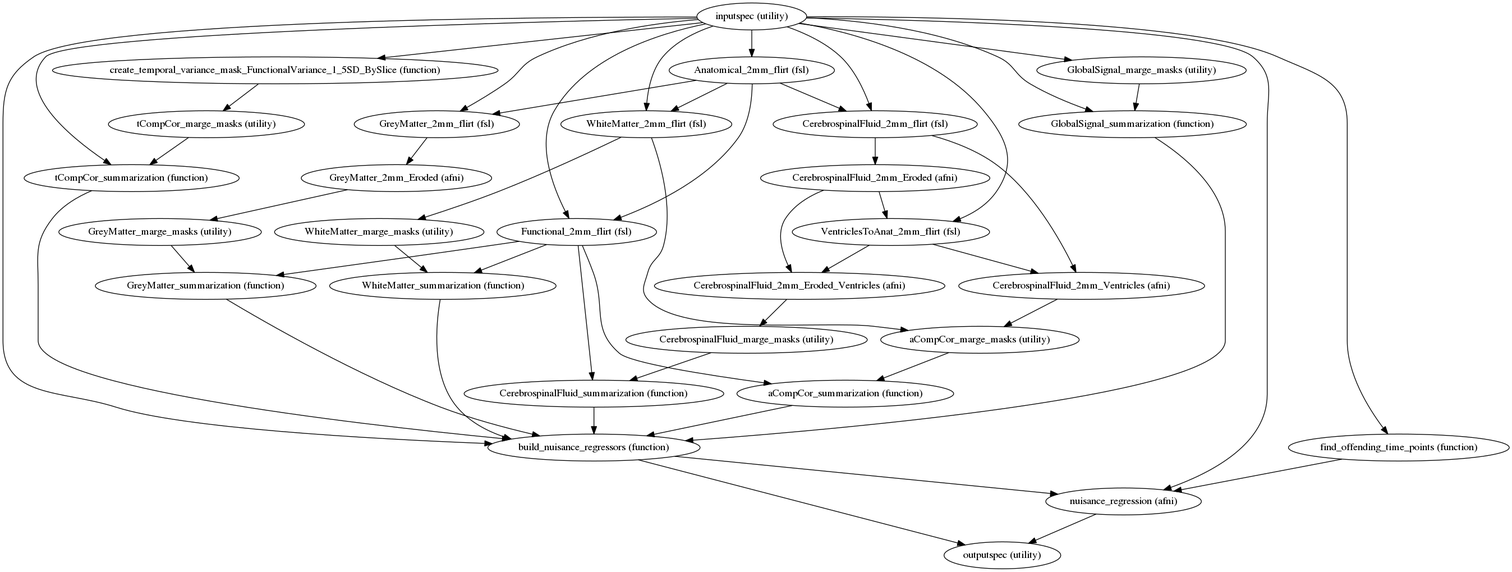
This is docs/developer/workflows/images/nuisance.png from FCP-INDI/fcp-indi.github.io, a Graphviz export, as it was before one commit. Its source is kept beside it as docs/developer/workflows/images/nuisance.dot.
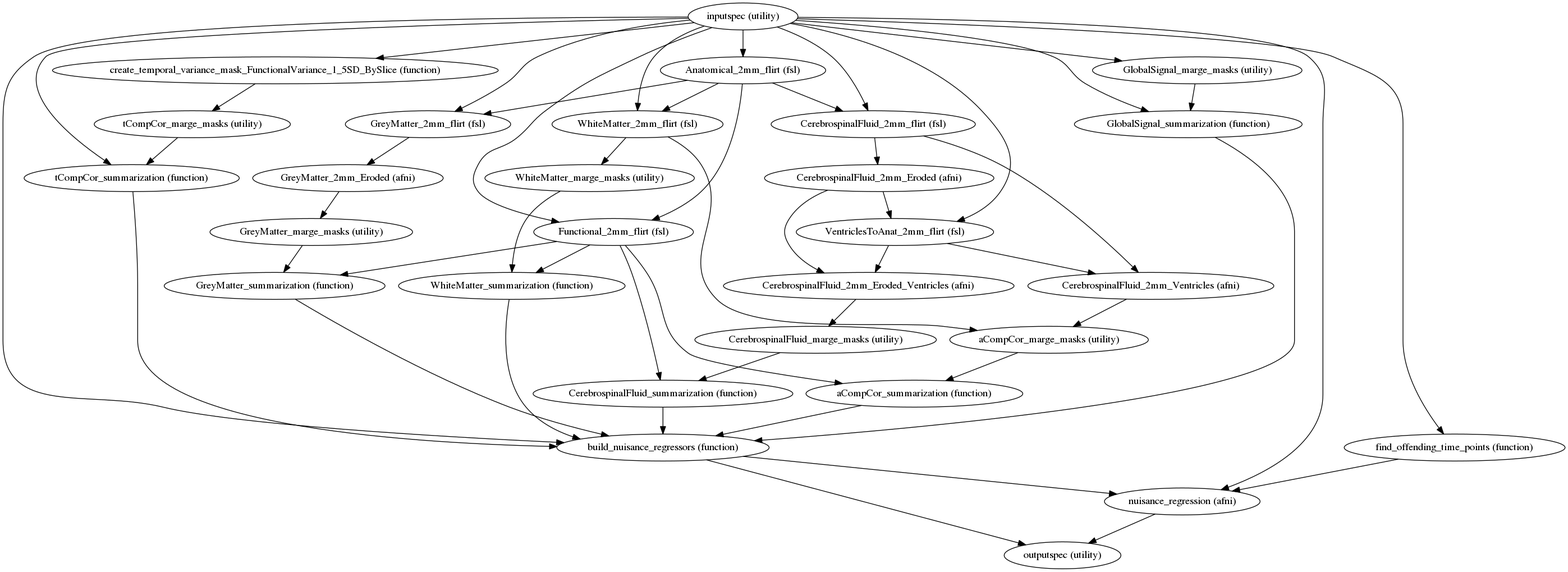
After the change.

Change to the diagram source:
```diff
@@ -1,10 +1,10 @@
 strict digraph "" {
-"aCompCor_summarization (function)";
 "tCompCor_summarization (function)";
 "CerebrospinalFluid_2mm_Eroded (afni)";
 "Anatomical_2mm_flirt (fsl)";
 "inputspec (utility)";
 "CerebrospinalFluid_2mm_Eroded_Ventricles (afni)";
+"aCompCor_summarization (function)";
 "build_nuisance_regressors (function)";
 "GreyMatter_2mm_flirt (fsl)";
 "GreyMatter_2mm_Eroded (afni)";
@@ -27,7 +27,6 @@
 "Functional_2mm_flirt (fsl)";
 "CerebrospinalFluid_marge_masks (utility)";
 "GreyMatter_summarization (function)";
-"aCompCor_summarization (function)" -> "build_nuisance_regressors (function)";
 "tCompCor_summarization (function)" -> "build_nuisance_regressors (function)";
 "CerebrospinalFluid_2mm_Eroded (afni)" -> "CerebrospinalFluid_2mm_Eroded_Ventricles (afni)";
 "CerebrospinalFluid_2mm_Eroded (afni)" -> "VentriclesToAnat_2mm_flirt (fsl)";
@@ -49,6 +48,7 @@
 "inputspec (utility)" -> "VentriclesToAnat_2mm_flirt (fsl)";
 "inputspec (utility)" -> "CerebrospinalFluid_2mm_flirt (fsl)";
 "CerebrospinalFluid_2mm_Eroded_Ventricles (afni)" -> "CerebrospinalFluid_marge_masks (utility)";
+"aCompCor_summarization (function)" -> "build_nuisance_regressors (function)";
 "build_nuisance_regressors (function)" -> "nuisance_regression (afni)";
 "build_nuisance_regressors (function)" -> "outputspec (utility)";
 "GreyMatter_2mm_flirt (fsl)" -> "GreyMatter_2mm_Eroded (afni)";
```
